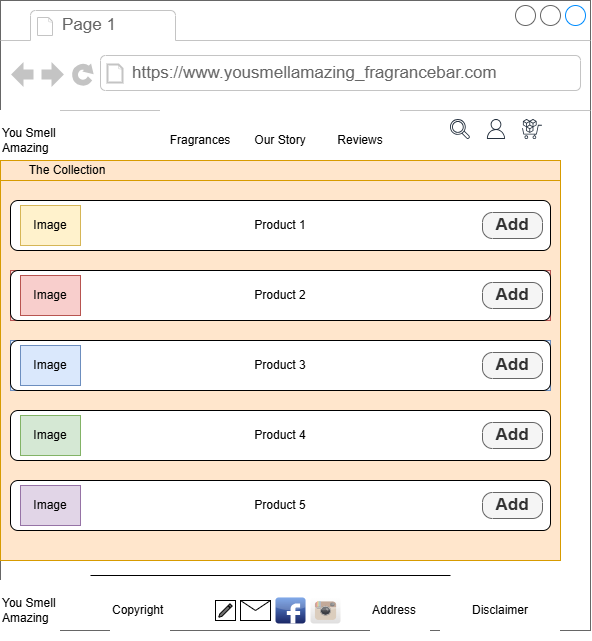
Before: wireframes/FragranceBusiness_Products.drawio.png, a diagram exported from draw.io (twittsack/Handcrafted_Fragrances). Source tidied: cells renumbered, new cells last; positions are measured from the earlier drawing's top-left corner, leaving out a move shared by most shapes.
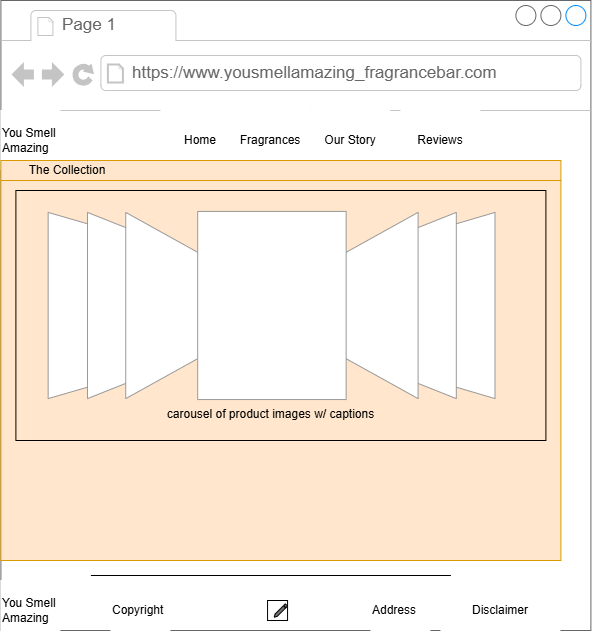
Above is the later version.

What changed in the source:
```diff
@@ -15,7 +15,7 @@
       <mxGeometry y="110" width="60" height="60" as="geometry" />
     </mxCell>
     <mxCell id="6" style="group;strokeColor=none;" parent="2" vertex="1">
-      <mxGeometry x="160" y="110" width="240" height="60" as="geometry" />
+      <mxGeometry x="230" y="110" width="250" height="60" as="geometry" />
     </mxCell>
     <mxCell id="7" value="Fragrances" style="rounded=0;whiteSpace=wrap;html=1;strokeColor=none;" parent="6" vertex="1">
       <mxGeometry width="80" height="60" as="geometry" />
@@ -23,18 +23,9 @@
     <mxCell id="8" value="Our Story" style="rounded=0;whiteSpace=wrap;html=1;strokeColor=none;" parent="6" vertex="1">
       <mxGeometry x="80" width="80" height="60" as="geometry" />
     </mxCell>
-    <mxCell id="9" style="group;" parent="2" vertex="1">
-      <mxGeometry x="450" y="119" width="92" height="20" as="geometry" />
-    </mxCell>
-    <mxCell id="10" style="sketch=0;fontColor=#232F3E;gradientColor=none;fillColor=#232F3D;strokeColor=none;dashed=0;verticalLabelPosition=bottom;verticalAlign=top;align=center;html=1;fontSize=12;fontStyle=0;shape=mxgraph.aws4.user;" parent="9" vertex="1">
-      <mxGeometry x="36" width="20" height="20" as="geometry" />
-    </mxCell>
-    <mxCell id="11" style="sketch=0;fontColor=#232F3E;gradientColor=none;fillColor=#232F3D;strokeColor=none;dashed=0;verticalLabelPosition=bottom;verticalAlign=top;align=center;html=1;fontSize=12;fontStyle=0;shape=mxgraph.aws4.magnifying_glass_2;" parent="9" vertex="1">
-      <mxGeometry width="20" height="20" as="geometry" />
-    </mxCell>
-    <mxCell id="12" style="sketch=0;fontColor=#232F3E;gradientColor=none;fillColor=#232F3D;strokeColor=none;dashed=0;verticalLabelPosition=bottom;verticalAlign=top;align=center;html=1;fontSize=12;fontStyle=0;shape=mxgraph.aws4.marketplace;" parent="9" vertex="1">
-      <mxGeometry x="72" width="20" height="20" as="geometry" />
-    </mxCell>
+    <mxCell id="18" value="Reviews" style="rounded=0;whiteSpace=wrap;html=1;strokeColor=none;" parent="6" vertex="1">
+      <mxGeometry x="170" width="80" height="60" as="geometry" />
+    </mxCell>
     <mxCell id="13" value="You Smell&lt;div&gt;Amazing&lt;/div&gt;" style="rounded=0;whiteSpace=wrap;html=1;align=left;strokeColor=none;" parent="2" vertex="1">
       <mxGeometry y="580" width="60" height="60" as="geometry" />
     </mxCell>
@@ -50,92 +41,29 @@
     <mxCell id="17" value="&lt;div&gt;&lt;br&gt;&lt;/div&gt;" style="rounded=0;whiteSpace=wrap;html=1;fillColor=#ffe6cc;strokeColor=#d79b00;" parent="2" vertex="1">
       <mxGeometry y="180" width="560" height="380" as="geometry" />
     </mxCell>
-    <mxCell id="18" value="Reviews" style="rounded=0;whiteSpace=wrap;html=1;strokeColor=none;" parent="2" vertex="1">
-      <mxGeometry x="320" y="110" width="80" height="60" as="geometry" />
-    </mxCell>
     <mxCell id="19" style="line;strokeWidth=1;html=1;" parent="2" vertex="1">
       <mxGeometry x="90" y="570" width="360" height="10" as="geometry" />
     </mxCell>
     <mxCell id="20" style="group;" parent="2" vertex="1">
       <mxGeometry x="220" y="597" width="120" height="26" as="geometry" />
     </mxCell>
-    <mxCell id="21" style="dashed=0;html=1;align=center;labelPosition=center;verticalLabelPosition=bottom;verticalAlign=top;shape=mxgraph.webicons.instagram;gradientColor=#DFDEDE;" parent="20" vertex="1">
-      <mxGeometry x="90" width="30" height="26" as="geometry" />
-    </mxCell>
-    <mxCell id="22" style="dashed=0;html=1;align=center;labelPosition=center;verticalLabelPosition=bottom;verticalAlign=top;shape=mxgraph.webicons.facebook;fillColor=#6294E4;gradientColor=#1A2665;" parent="20" vertex="1">
-      <mxGeometry x="55" width="30" height="26" as="geometry" />
-    </mxCell>
-    <mxCell id="23" style="shape=message;html=1;html=1;labelPosition=center;verticalLabelPosition=bottom;align=center;verticalAlign=top;" parent="20" vertex="1">
-      <mxGeometry x="20" y="3" width="30" height="20" as="geometry" />
-    </mxCell>
     <mxCell id="24" style="whiteSpace=wrap;html=1;" parent="20" vertex="1">
-      <mxGeometry x="-5" y="3" width="20" height="20" as="geometry" />
+      <mxGeometry x="46.7" y="3" width="20" height="20" as="geometry" />
     </mxCell>
     <mxCell id="25" style="whiteSpace=wrap;html=1;dashed=0;verticalLabelPosition=bottom;verticalAlign=top;shape=mxgraph.gmdl.edit;strokeColor=default;fillColor=#737373;shadow=0;sketch=0;" parent="20" vertex="1">
-      <mxGeometry x="-1.7" y="6.3" width="13.3" height="13.3" as="geometry" />
+      <mxGeometry x="53.3" y="6.3" width="13.3" height="13.3" as="geometry" />
     </mxCell>
+    <mxCell id="47" value="carousel of product images w/ captions" style="verticalLabelPosition=bottom;shadow=0;dashed=0;align=center;html=1;verticalAlign=top;strokeWidth=1;shape=mxgraph.mockup.navigation.coverFlow;strokeColor=#999999;" parent="2" vertex="1">
+      <mxGeometry x="45" y="210" width="450" height="190" as="geometry" />
+    </mxCell>
+    <mxCell id="48" value="Home" style="rounded=0;whiteSpace=wrap;html=1;strokeColor=none;" parent="2" vertex="1">
+      <mxGeometry x="160" y="110" width="80" height="60" as="geometry" />
+    </mxCell>
     <mxCell id="26" value="&lt;span style=&quot;white-space: pre;&quot;&gt;&#9;&lt;/span&gt;The Collection" style="rounded=0;whiteSpace=wrap;html=1;fillColor=#ffe6cc;strokeColor=#d79b00;align=left;" parent="2" vertex="1">
       <mxGeometry y="160" width="560" height="20" as="geometry" />
     </mxCell>
-    <mxCell id="27" style="group;" parent="2" vertex="1">
-      <mxGeometry x="10" y="200" width="540" height="50" as="geometry" />
-    </mxCell>
-    <mxCell id="28" value="&lt;div&gt;Product 1&lt;/div&gt;" style="rounded=1;whiteSpace=wrap;html=1;" parent="27" vertex="1">
-      <mxGeometry width="540" height="50" as="geometry" />
-    </mxCell>
-    <mxCell id="29" value="Image" style="rounded=0;whiteSpace=wrap;html=1;fillColor=#fff2cc;strokeColor=#d6b656;" parent="27" vertex="1">
-      <mxGeometry x="10" y="5" width="60" height="40" as="geometry" />
-    </mxCell>
-    <mxCell id="30" value="Add" style="strokeWidth=1;shadow=0;dashed=0;align=center;html=1;shape=mxgraph.mockup.buttons.button;strokeColor=#666666;fontColor=#333333;mainText=;buttonStyle=round;fontSize=17;fontStyle=1;fillColor=#f5f5f5;whiteSpace=wrap;" parent="27" vertex="1">
-      <mxGeometry x="472" y="12" width="60" height="26" as="geometry" />
-    </mxCell>
-    <mxCell id="31" style="group;fillColor=#f8cecc;strokeColor=#b85450;" parent="2" vertex="1">
-      <mxGeometry x="10" y="270" width="540" height="50" as="geometry" />
-    </mxCell>
-    <mxCell id="32" value="&lt;div&gt;Product 2&lt;/div&gt;" style="rounded=1;whiteSpace=wrap;html=1;" parent="31" vertex="1">
-      <mxGeometry width="540" height="50" as="geometry" />
-    </mxCell>
-    <mxCell id="33" value="Image" style="rounded=0;whiteSpace=wrap;html=1;fillColor=#f8cecc;strokeColor=#b85450;" parent="31" vertex="1">
-      <mxGeometry x="10" y="5" width="60" height="40" as="geometry" />
-    </mxCell>
-    <mxCell id="34" value="Add" style="strokeWidth=1;shadow=0;dashed=0;align=center;html=1;shape=mxgraph.mockup.buttons.button;strokeColor=#666666;fontColor=#333333;mainText=;buttonStyle=round;fontSize=17;fontStyle=1;fillColor=#f5f5f5;whiteSpace=wrap;" parent="31" vertex="1">
-      <mxGeometry x="472" y="12" width="60" height="26" as="geometry" />
-    </mxCell>
-    <mxCell id="35" style="group;fillColor=#dae8fc;strokeColor=#6c8ebf;" parent="2" vertex="1">
-      <mxGeometry x="10" y="340" width="540" height="50" as="geometry" />
-    </mxCell>
-    <mxCell id="36" value="&lt;div&gt;Product 3&lt;/div&gt;" style="rounded=1;whiteSpace=wrap;html=1;" parent="35" vertex="1">
-      <mxGeometry width="540" height="50" as="geometry" />
-    </mxCell>
-    <mxCell id="37" value="Image" style="rounded=0;whiteSpace=wrap;html=1;fillColor=#dae8fc;strokeColor=#6c8ebf;" parent="35" vertex="1">
-      <mxGeometry x="10" y="5" width="60" height="40" as="geometry" />
-    </mxCell>
-    <mxCell id="38" value="Add" style="strokeWidth=1;shadow=0;dashed=0;align=center;html=1;shape=mxgraph.mockup.buttons.button;strokeColor=#666666;fontColor=#333333;mainText=;buttonStyle=round;fontSize=17;fontStyle=1;fillColor=#f5f5f5;whiteSpace=wrap;" parent="35" vertex="1">
-      <mxGeometry x="472" y="12" width="60" height="26" as="geometry" />
-    </mxCell>
-    <mxCell id="39" style="group;" parent="2" vertex="1">
-      <mxGeometry x="10" y="410" width="540" height="50" as="geometry" />
-    </mxCell>
-    <mxCell id="40" value="&lt;div&gt;Product 4&lt;/div&gt;" style="rounded=1;whiteSpace=wrap;html=1;" parent="39" vertex="1">
-      <mxGeometry width="540" height="50" as="geometry" />
-    </mxCell>
-    <mxCell id="41" value="Image" style="rounded=0;whiteSpace=wrap;html=1;fillColor=#d5e8d4;strokeColor=#82b366;" parent="39" vertex="1">
-      <mxGeometry x="10" y="5" width="60" height="40" as="geometry" />
-    </mxCell>
-    <mxCell id="42" value="Add" style="strokeWidth=1;shadow=0;dashed=0;align=center;html=1;shape=mxgraph.mockup.buttons.button;strokeColor=#666666;fontColor=#333333;mainText=;buttonStyle=round;fontSize=17;fontStyle=1;fillColor=#f5f5f5;whiteSpace=wrap;" parent="39" vertex="1">
-      <mxGeometry x="472" y="12" width="60" height="26" as="geometry" />
-    </mxCell>
-    <mxCell id="43" value="&lt;div&gt;Product 5&lt;/div&gt;" style="rounded=1;whiteSpace=wrap;html=1;" parent="2" vertex="1">
-      <mxGeometry x="10" y="480" width="540" height="50" as="geometry" />
-    </mxCell>
-    <mxCell id="44" style="group;" parent="2" vertex="1">
-      <mxGeometry x="10" y="480" width="540" height="50" as="geometry" />
-    </mxCell>
-    <mxCell id="45" value="Image" style="rounded=0;whiteSpace=wrap;html=1;fillColor=#e1d5e7;strokeColor=#9673a6;" parent="44" vertex="1">
-      <mxGeometry x="10" y="5" width="60" height="40" as="geometry" />
-    </mxCell>
-    <mxCell id="46" value="Add" style="strokeWidth=1;shadow=0;dashed=0;align=center;html=1;shape=mxgraph.mockup.buttons.button;strokeColor=#666666;fontColor=#333333;mainText=;buttonStyle=round;fontSize=17;fontStyle=1;fillColor=#f5f5f5;whiteSpace=wrap;" parent="44" vertex="1">
-      <mxGeometry x="472" y="12" width="60" height="26" as="geometry" />
-    </mxCell>
+    <mxCell id="49" style="rounded=0;whiteSpace=wrap;html=1;fillColor=none;" parent="2" vertex="1">
+      <mxGeometry x="15" y="190" width="530" height="250" as="geometry" />
+    </mxCell>
   </root>
 </mxGraphModel>
```
